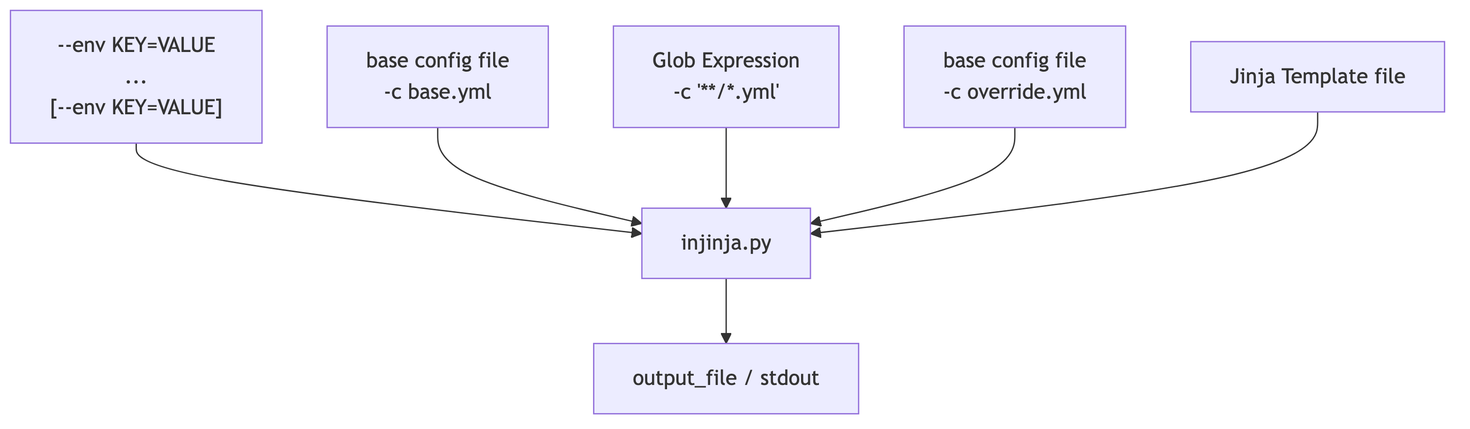
Earlier version of the Mermaid export diagrams/collections_of_configs.png (neozenith/injinja). Its source is kept beside it as diagrams/collections_of_configs.mmd. Source of this version:
```mermaid
flowchart TD
    output["`output_file / stdout `"]
    environment_variable["
    --env KEY=VALUE
    ...
    [--env KEY=VALUE]"]

    config_file["base config file
    -c base.yml"]
    glob_expression["Glob Expression
    -c '**/*.yml'"]
    override_file["base config file
    -c override.yml"]

    template_file["Jinja Template file"]

    environment_variable --> injinja.py
    config_file --> injinja.py
    glob_expression --> injinja.py
    override_file --> injinja.py
    template_file --> injinja.py

    injinja.py --> output
```
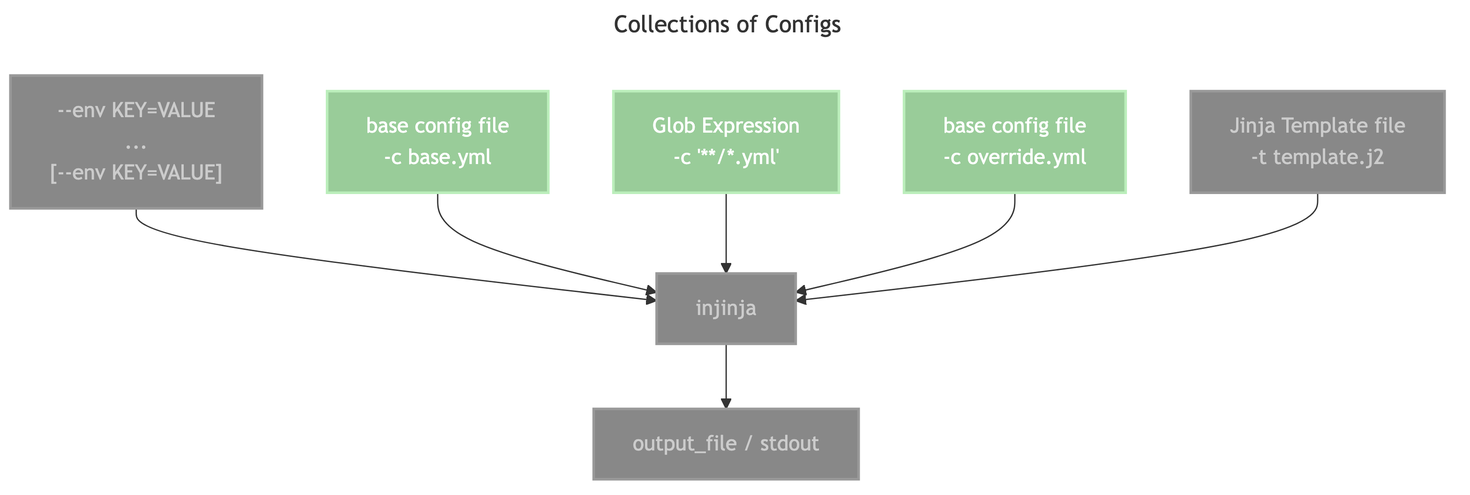
The same diagram one commit later.

What changed in the source:
```diff
@@ -1,3 +1,6 @@
+---
+ title: Collections of Configs
+---
 flowchart TD
     output["`output_file / stdout `"]
     environment_variable["
@@ -12,12 +15,20 @@
     override_file["base config file
     -c override.yml"]
 
-    template_file["Jinja Template file"]
+    template_file["Jinja Template file
+    -t template.j2"]
 
-    environment_variable --> injinja.py
-    config_file --> injinja.py
-    glob_expression --> injinja.py
-    override_file --> injinja.py
-    template_file --> injinja.py
+    environment_variable --> injinja
+    config_file --> injinja
+    glob_expression --> injinja
+    override_file --> injinja
+    template_file --> injinja
 
-    injinja.py --> output
+    injinja --> output
+
+
+    classDef focus fill:#9c9,stroke:#beb,stroke-width:2px,color:#fff
+    classDef other fill:#888,stroke:#999,stroke-width:2px,color:#ccc
+
+    class config_file,glob_expression,override_file focus
+    class injinja,template_file,output,environment_variable other
```
